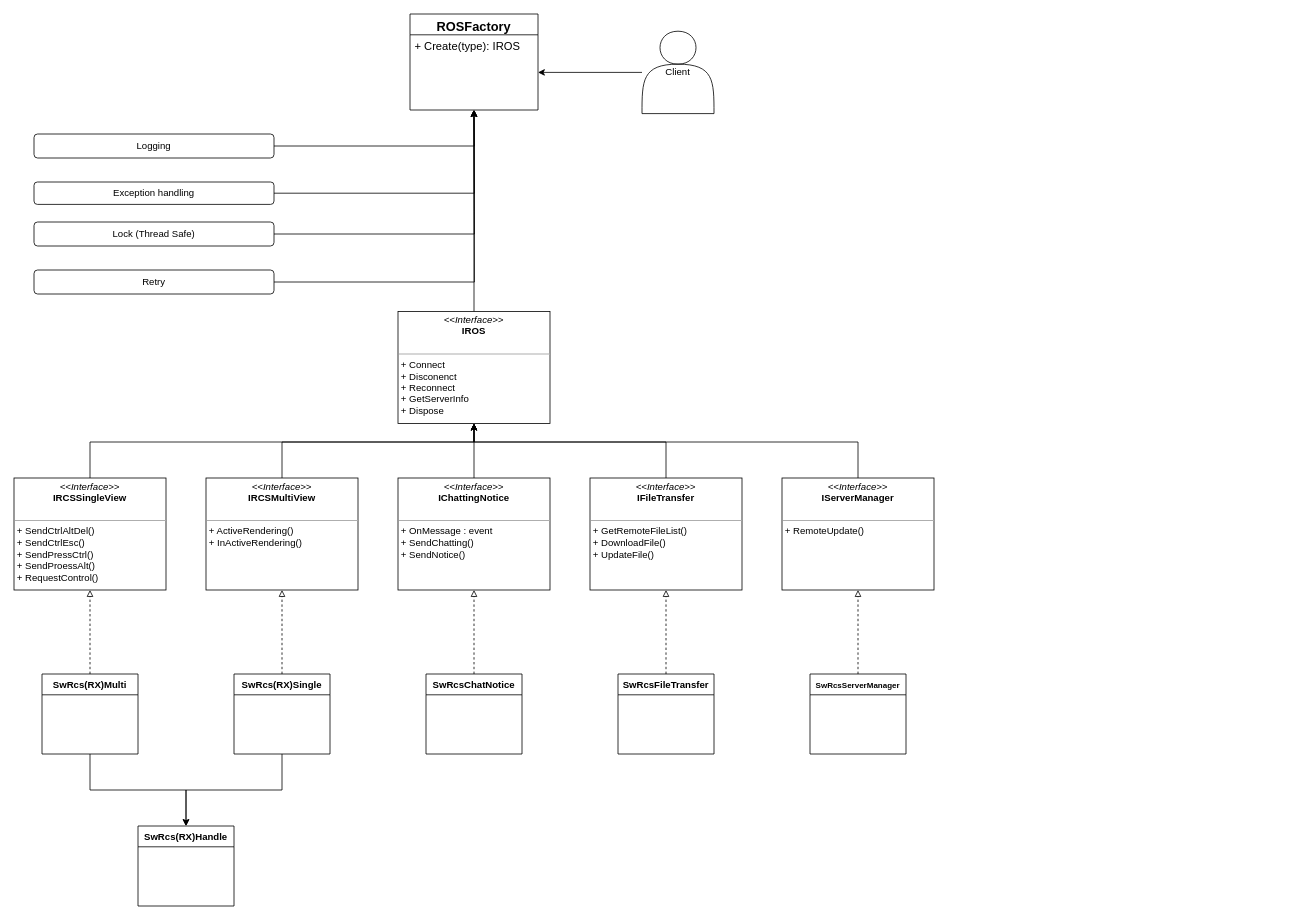
This is etc/ROS_Interface.drawio from rhkdguskim/Study, a draw.io file, before an edit. Source tidied: cells renumbered, new cells numbered last; positions are measured from the earlier drawing's top-left corner, leaving out a move shared by most shapes. Both pictures are drawn from the tidied source at 80%, with x=0, y=0 at pixel (14, 14).
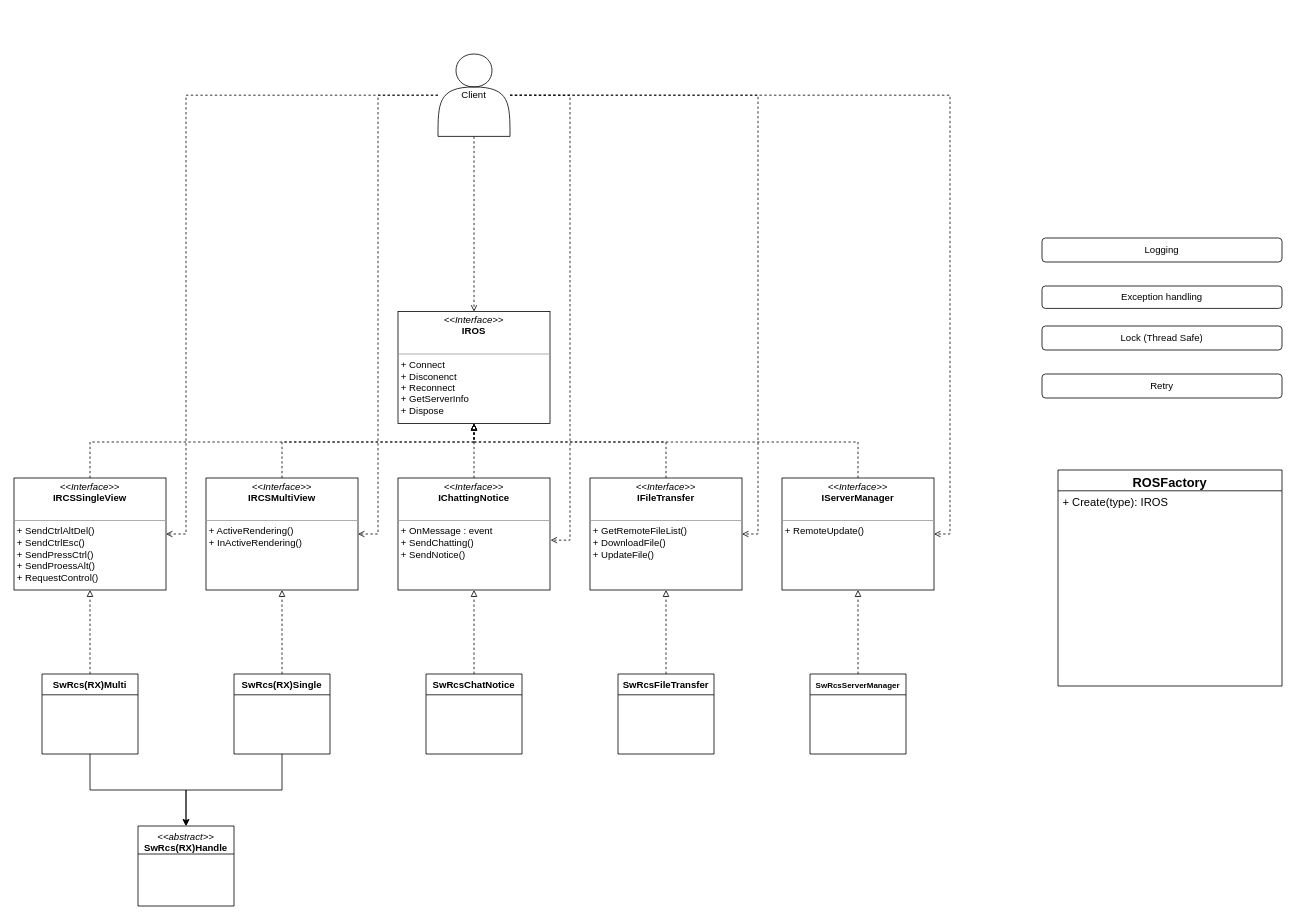
The same diagram, later.

Unchanged cells that the change refers to:
```xml
<mxCell id="3" value="&lt;p style=&quot;margin:0px;margin-top:4px;text-align:center;&quot;&gt;&lt;i&gt;&amp;lt;&amp;lt;Interface&amp;gt;&amp;gt;&lt;/i&gt;&lt;br&gt;&lt;b&gt;IROS&lt;/b&gt;&lt;/p&gt;&lt;p style=&quot;margin:0px;margin-left:4px;&quot;&gt;&lt;br&gt;&lt;/p&gt;&lt;hr size=&quot;1&quot;&gt;&lt;p style=&quot;margin:0px;margin-left:4px;&quot;&gt;+ Connect&lt;/p&gt;&lt;p style=&quot;margin:0px;margin-left:4px;&quot;&gt;+ Disconenct&lt;/p&gt;&lt;p style=&quot;margin:0px;margin-left:4px;&quot;&gt;+ Reconnect&lt;/p&gt;&lt;p style=&quot;margin:0px;margin-left:4px;&quot;&gt;+ GetServerInfo&lt;/p&gt;&lt;p style=&quot;margin:0px;margin-left:4px;&quot;&gt;+ Dispose&lt;/p&gt;" style="verticalAlign=top;align=left;overflow=fill;fontSize=12;fontFamily=Helvetica;html=1;rounded=0;shadow=0;comic=0;labelBackgroundColor=none;strokeWidth=1;" parent="1" vertex="1">
  <mxGeometry x="480" y="372" width="190" height="140" as="geometry" />
</mxCell>
<mxCell id="5" value="&lt;p style=&quot;margin:0px;margin-top:4px;text-align:center;&quot;&gt;&lt;i&gt;&amp;lt;&amp;lt;Interface&amp;gt;&amp;gt;&lt;/i&gt;&lt;br&gt;&lt;b&gt;IRCSSingleView&lt;/b&gt;&lt;/p&gt;&lt;p style=&quot;margin:0px;margin-left:4px;&quot;&gt;&lt;br&gt;&lt;/p&gt;&lt;hr size=&quot;1&quot;&gt;&lt;p style=&quot;margin:0px;margin-left:4px;&quot;&gt;+ SendCtrlAltDel()&lt;/p&gt;&lt;p style=&quot;margin:0px;margin-left:4px;&quot;&gt;+ SendCtrlEsc()&lt;/p&gt;&lt;p style=&quot;margin:0px;margin-left:4px;&quot;&gt;+ SendPressCtrl()&lt;/p&gt;&lt;p style=&quot;margin:0px;margin-left:4px;&quot;&gt;+ SendProessAlt()&lt;/p&gt;&lt;p style=&quot;margin:0px;margin-left:4px;&quot;&gt;+ RequestControl()&lt;/p&gt;" style="verticalAlign=top;align=left;overflow=fill;fontSize=12;fontFamily=Helvetica;html=1;rounded=0;shadow=0;comic=0;labelBackgroundColor=none;strokeWidth=1;" parent="1" vertex="1">
  <mxGeometry y="580" width="190" height="140" as="geometry" />
</mxCell>
<mxCell id="7" value="&lt;p style=&quot;margin:0px;margin-top:4px;text-align:center;&quot;&gt;&lt;i&gt;&amp;lt;&amp;lt;Interface&amp;gt;&amp;gt;&lt;/i&gt;&lt;br&gt;&lt;b&gt;IRCSMultiView&lt;/b&gt;&lt;/p&gt;&lt;p style=&quot;margin:0px;margin-left:4px;&quot;&gt;&lt;br&gt;&lt;/p&gt;&lt;hr size=&quot;1&quot;&gt;&lt;p style=&quot;margin:0px;margin-left:4px;&quot;&gt;+ ActiveRendering()&lt;/p&gt;&lt;p style=&quot;margin:0px;margin-left:4px;&quot;&gt;+ InActiveRendering()&lt;/p&gt;" style="verticalAlign=top;align=left;overflow=fill;fontSize=12;fontFamily=Helvetica;html=1;rounded=0;shadow=0;comic=0;labelBackgroundColor=none;strokeWidth=1;" parent="1" vertex="1">
  <mxGeometry x="240" y="580" width="190" height="140" as="geometry" />
</mxCell>
<mxCell id="9" value="&lt;p style=&quot;margin:0px;margin-top:4px;text-align:center;&quot;&gt;&lt;i&gt;&amp;lt;&amp;lt;Interface&amp;gt;&amp;gt;&lt;/i&gt;&lt;br&gt;&lt;b&gt;IChattingNotice&lt;/b&gt;&lt;/p&gt;&lt;p style=&quot;margin:0px;margin-left:4px;&quot;&gt;&lt;br&gt;&lt;/p&gt;&lt;hr size=&quot;1&quot;&gt;&lt;p style=&quot;margin:0px;margin-left:4px;&quot;&gt;+ OnMessage : event&lt;/p&gt;&lt;p style=&quot;margin:0px;margin-left:4px;&quot;&gt;+ SendChatting()&lt;/p&gt;&lt;p style=&quot;margin:0px;margin-left:4px;&quot;&gt;+ SendNotice()&lt;/p&gt;" style="verticalAlign=top;align=left;overflow=fill;fontSize=12;fontFamily=Helvetica;html=1;rounded=0;shadow=0;comic=0;labelBackgroundColor=none;strokeWidth=1;" parent="1" vertex="1">
  <mxGeometry x="480" y="580" width="190" height="140" as="geometry" />
</mxCell>
<mxCell id="11" value="&lt;p style=&quot;margin:0px;margin-top:4px;text-align:center;&quot;&gt;&lt;i&gt;&amp;lt;&amp;lt;Interface&amp;gt;&amp;gt;&lt;/i&gt;&lt;br&gt;&lt;b&gt;IFileTransfer&lt;/b&gt;&lt;/p&gt;&lt;p style=&quot;margin:0px;margin-left:4px;&quot;&gt;&lt;br&gt;&lt;/p&gt;&lt;hr size=&quot;1&quot;&gt;&lt;p style=&quot;margin:0px;margin-left:4px;&quot;&gt;+ GetRemoteFileList()&lt;/p&gt;&lt;p style=&quot;margin:0px;margin-left:4px;&quot;&gt;+ DownloadFile()&lt;/p&gt;&lt;p style=&quot;margin:0px;margin-left:4px;&quot;&gt;+ UpdateFile()&lt;/p&gt;" style="verticalAlign=top;align=left;overflow=fill;fontSize=12;fontFamily=Helvetica;html=1;rounded=0;shadow=0;comic=0;labelBackgroundColor=none;strokeWidth=1;" parent="1" vertex="1">
  <mxGeometry x="720" y="580" width="190" height="140" as="geometry" />
</mxCell>
<mxCell id="13" value="&lt;p style=&quot;margin:0px;margin-top:4px;text-align:center;&quot;&gt;&lt;i&gt;&amp;lt;&amp;lt;Interface&amp;gt;&amp;gt;&lt;/i&gt;&lt;br&gt;&lt;b&gt;IServerManager&lt;/b&gt;&lt;/p&gt;&lt;p style=&quot;margin:0px;margin-left:4px;&quot;&gt;&lt;br&gt;&lt;/p&gt;&lt;hr size=&quot;1&quot;&gt;&lt;p style=&quot;margin:0px;margin-left:4px;&quot;&gt;+ RemoteUpdate()&lt;/p&gt;" style="verticalAlign=top;align=left;overflow=fill;fontSize=12;fontFamily=Helvetica;html=1;rounded=0;shadow=0;comic=0;labelBackgroundColor=none;strokeWidth=1;" parent="1" vertex="1">
  <mxGeometry x="960" y="580" width="190" height="140" as="geometry" />
</mxCell>
```

Diff of the diagram source:
```diff
@@
-    <mxCell id="2" style="edgeStyle=orthogonalEdgeStyle;rounded=0;jettySize=auto;html=1;entryX=0.5;entryY=1;entryDx=0;entryDy=0;" parent="1" edge="1" source="3">
-      <mxGeometry relative="1" as="geometry">
-        <mxPoint x="575" y="120" as="targetPoint" />
-      </mxGeometry>
-    </mxCell>
@@
-    <mxCell id="4" style="edgeStyle=orthogonalEdgeStyle;rounded=0;jettySize=auto;html=1;entryX=0.5;entryY=1;entryDx=0;entryDy=0;" parent="1" edge="1" source="5" target="3">
+    <mxCell id="4" style="edgeStyle=orthogonalEdgeStyle;rounded=0;jettySize=auto;html=1;entryX=0.5;entryY=1;entryDx=0;entryDy=0;dashed=1;endArrow=block;endFill=0;" parent="1" edge="1" source="5" target="3">
       <mxGeometry relative="1" as="geometry">
         <Array as="points">
           <mxPoint x="95" y="535" />
           <mxPoint x="575" y="535" />
         </Array>
       </mxGeometry>
     </mxCell>
@@
-    <mxCell id="6" style="edgeStyle=orthogonalEdgeStyle;rounded=0;jettySize=auto;html=1;entryX=0.5;entryY=1;entryDx=0;entryDy=0;" parent="1" edge="1" source="7" target="3">
+    <mxCell id="6" style="edgeStyle=orthogonalEdgeStyle;rounded=0;jettySize=auto;html=1;entryX=0.5;entryY=1;entryDx=0;entryDy=0;dashed=1;endArrow=block;endFill=0;" parent="1" edge="1" source="7" target="3">
       <mxGeometry relative="1" as="geometry">
         <Array as="points">
           <mxPoint x="335" y="535" />
           <mxPoint x="575" y="535" />
         </Array>
       </mxGeometry>
     </mxCell>
@@
-    <mxCell id="8" style="edgeStyle=orthogonalEdgeStyle;rounded=0;jettySize=auto;html=1;entryX=0.5;entryY=1;entryDx=0;entryDy=0;" parent="1" edge="1" source="9" target="3">
+    <mxCell id="8" style="edgeStyle=orthogonalEdgeStyle;rounded=0;jettySize=auto;html=1;entryX=0.5;entryY=1;entryDx=0;entryDy=0;dashed=1;endArrow=block;endFill=0;" parent="1" edge="1" source="9" target="3">
       <mxGeometry relative="1" as="geometry" />
     </mxCell>
@@
-    <mxCell id="10" style="edgeStyle=orthogonalEdgeStyle;rounded=0;jettySize=auto;html=1;" parent="1" edge="1" source="11" target="3">
+    <mxCell id="10" style="edgeStyle=orthogonalEdgeStyle;rounded=0;jettySize=auto;html=1;dashed=1;endArrow=block;endFill=0;" parent="1" edge="1" source="11" target="3">
       <mxGeometry relative="1" as="geometry">
         <Array as="points">
           <mxPoint x="815" y="535" />
           <mxPoint x="575" y="535" />
         </Array>
       </mxGeometry>
     </mxCell>
@@
-    <mxCell id="12" style="edgeStyle=orthogonalEdgeStyle;rounded=0;jettySize=auto;html=1;" parent="1" edge="1" source="13" target="3">
+    <mxCell id="12" style="edgeStyle=orthogonalEdgeStyle;rounded=0;jettySize=auto;html=1;dashed=1;endArrow=block;endFill=0;" parent="1" edge="1" source="13" target="3">
       <mxGeometry relative="1" as="geometry">
         <Array as="points">
           <mxPoint x="1055" y="535" />
           <mxPoint x="575" y="535" />
         </Array>
       </mxGeometry>
     </mxCell>
@@
-    <mxCell id="14" value="SwRcs(RX)Handle" style="swimlane;fontStyle=1;align=center;verticalAlign=top;horizontal=1;startSize=26;whiteSpace=wrap;html=1;" parent="1" vertex="1">
+    <mxCell id="14" value="&lt;span style=&quot;font-weight: normal;&quot;&gt;&lt;i&gt;&amp;lt;&amp;lt;abstract&amp;gt;&amp;gt;&lt;/i&gt;&lt;/span&gt;&lt;br&gt;SwRcs(RX)Handle" style="swimlane;fontStyle=1;align=center;verticalAlign=top;horizontal=1;startSize=35;whiteSpace=wrap;html=1;" parent="1" vertex="1">
       <mxGeometry x="155" y="1015" width="120" height="100" as="geometry" />
     </mxCell>
@@
-    <mxCell id="27" style="edgeStyle=orthogonalEdgeStyle;rounded=0;jettySize=auto;html=1;entryX=0.5;entryY=1;entryDx=0;entryDy=0;" parent="1" edge="1" source="28">
-      <mxGeometry relative="1" as="geometry">
-        <mxPoint x="575" y="120" as="targetPoint" />
-      </mxGeometry>
-    </mxCell>
+    <mxCell id="39" style="edgeStyle=orthogonalEdgeStyle;rounded=0;jettySize=auto;html=1;entryX=1;entryY=0.5;entryDx=0;entryDy=0;dashed=1;endArrow=open;endFill=0;" parent="1" edge="1" source="38" target="13">
+      <mxGeometry relative="1" as="geometry" />
+    </mxCell>
+    <mxCell id="40" style="edgeStyle=orthogonalEdgeStyle;rounded=0;jettySize=auto;html=1;entryX=1;entryY=0.5;entryDx=0;entryDy=0;dashed=1;endArrow=open;endFill=0;" parent="1" edge="1" source="38" target="11">
+      <mxGeometry relative="1" as="geometry" />
+    </mxCell>
+    <mxCell id="41" style="edgeStyle=orthogonalEdgeStyle;rounded=0;jettySize=auto;html=1;entryX=1;entryY=0.5;entryDx=0;entryDy=0;dashed=1;endArrow=open;endFill=0;" parent="1" edge="1" source="38" target="7">
+      <mxGeometry relative="1" as="geometry">
+        <Array as="points">
+          <mxPoint x="455" y="102" />
+          <mxPoint x="455" y="650" />
+        </Array>
+      </mxGeometry>
+    </mxCell>
+    <mxCell id="42" style="edgeStyle=orthogonalEdgeStyle;rounded=0;jettySize=auto;html=1;entryX=1;entryY=0.5;entryDx=0;entryDy=0;dashed=1;endArrow=open;endFill=0;" parent="1" edge="1" source="38" target="5">
+      <mxGeometry relative="1" as="geometry">
+        <Array as="points">
+          <mxPoint x="215" y="102" />
+          <mxPoint x="215" y="650" />
+        </Array>
+      </mxGeometry>
+    </mxCell>
+    <mxCell id="43" style="edgeStyle=orthogonalEdgeStyle;rounded=0;jettySize=auto;html=1;dashed=1;endArrow=open;endFill=0;" parent="1" edge="1" source="38" target="3">
+      <mxGeometry relative="1" as="geometry" />
+    </mxCell>
+    <mxCell id="38" value="Client" style="shape=actor;whiteSpace=wrap;html=1;" parent="1" vertex="1">
+      <mxGeometry x="530" y="50" width="90" height="103" as="geometry" />
+    </mxCell>
     <mxCell id="28" value="Logging" style="rounded=1;whiteSpace=wrap;html=1;" parent="1" vertex="1">
-      <mxGeometry x="25" y="150" width="300" height="30" as="geometry" />
+      <mxGeometry x="1285" y="280" width="300" height="30" as="geometry" />
     </mxCell>
-    <mxCell id="29" style="edgeStyle=orthogonalEdgeStyle;rounded=0;jettySize=auto;html=1;" parent="1" edge="1" source="30">
-      <mxGeometry relative="1" as="geometry">
-        <mxPoint x="574.9" y="120" as="targetPoint" />
-      </mxGeometry>
-    </mxCell>
     <mxCell id="30" value="Exception handling" style="rounded=1;whiteSpace=wrap;html=1;" parent="1" vertex="1">
-      <mxGeometry x="25" y="210" width="300" height="28" as="geometry" />
+      <mxGeometry x="1285" y="340" width="300" height="28" as="geometry" />
     </mxCell>
-    <mxCell id="31" style="edgeStyle=orthogonalEdgeStyle;rounded=0;jettySize=auto;html=1;entryX=0.5;entryY=1;entryDx=0;entryDy=0;" parent="1" edge="1" source="32">
-      <mxGeometry relative="1" as="geometry">
-        <mxPoint x="575" y="120" as="targetPoint" />
-      </mxGeometry>
-    </mxCell>
     <mxCell id="32" value="Retry" style="rounded=1;whiteSpace=wrap;html=1;" parent="1" vertex="1">
-      <mxGeometry x="25" y="320" width="300" height="30" as="geometry" />
+      <mxGeometry x="1285" y="450" width="300" height="30" as="geometry" />
     </mxCell>
-    <mxCell id="33" style="edgeStyle=orthogonalEdgeStyle;rounded=0;jettySize=auto;html=1;" parent="1" edge="1" source="34">
-      <mxGeometry relative="1" as="geometry">
-        <mxPoint x="574.9" y="120" as="targetPoint" />
-      </mxGeometry>
-    </mxCell>
     <mxCell id="34" value="Lock (Thread Safe)" style="rounded=1;whiteSpace=wrap;html=1;" parent="1" vertex="1">
-      <mxGeometry x="25" y="260" width="300" height="30" as="geometry" />
+      <mxGeometry x="1285" y="390" width="300" height="30" as="geometry" />
     </mxCell>
     <mxCell id="35" value="&lt;font style=&quot;font-size: 16px;&quot;&gt;ROSFactory&lt;/font&gt;" style="swimlane;fontStyle=1;align=center;verticalAlign=top;horizontal=1;startSize=26;whiteSpace=wrap;html=1;" parent="1" vertex="1">
-      <mxGeometry x="495" width="160" height="120" as="geometry" />
+      <mxGeometry x="1305" y="570" width="280" height="270" as="geometry" />
     </mxCell>
     <mxCell id="36" value="&lt;font style=&quot;font-size: 14px;&quot;&gt;+ Create(type): IROS&lt;/font&gt;" style="text;strokeColor=none;fillColor=none;align=left;verticalAlign=top;spacingLeft=4;spacingRight=4;overflow=hidden;points=[[0,0.5],[1,0.5]];portConstraint=eastwest;whiteSpace=wrap;html=1;" parent="35" vertex="1">
-      <mxGeometry y="26" width="160" height="94" as="geometry" />
+      <mxGeometry y="26" width="280" height="244" as="geometry" />
     </mxCell>
-    <mxCell id="37" style="edgeStyle=orthogonalEdgeStyle;rounded=0;jettySize=auto;html=1;entryX=1;entryY=0.5;entryDx=0;entryDy=0;" parent="1" edge="1" source="38" target="36">
-      <mxGeometry relative="1" as="geometry" />
-    </mxCell>
-    <mxCell id="38" value="Client" style="shape=actor;whiteSpace=wrap;html=1;" parent="1" vertex="1">
-      <mxGeometry x="785" y="21.5" width="90" height="103" as="geometry" />
-    </mxCell>
+    <mxCell id="44" style="edgeStyle=orthogonalEdgeStyle;rounded=0;jettySize=auto;html=1;entryX=1.004;entryY=0.555;entryDx=0;entryDy=0;entryPerimeter=0;dashed=1;endArrow=open;endFill=0;" parent="1" edge="1" source="38" target="9">
+      <mxGeometry relative="1" as="geometry">
+        <Array as="points">
+          <mxPoint x="695" y="102" />
+          <mxPoint x="695" y="658" />
+        </Array>
+      </mxGeometry>
+    </mxCell>
```
